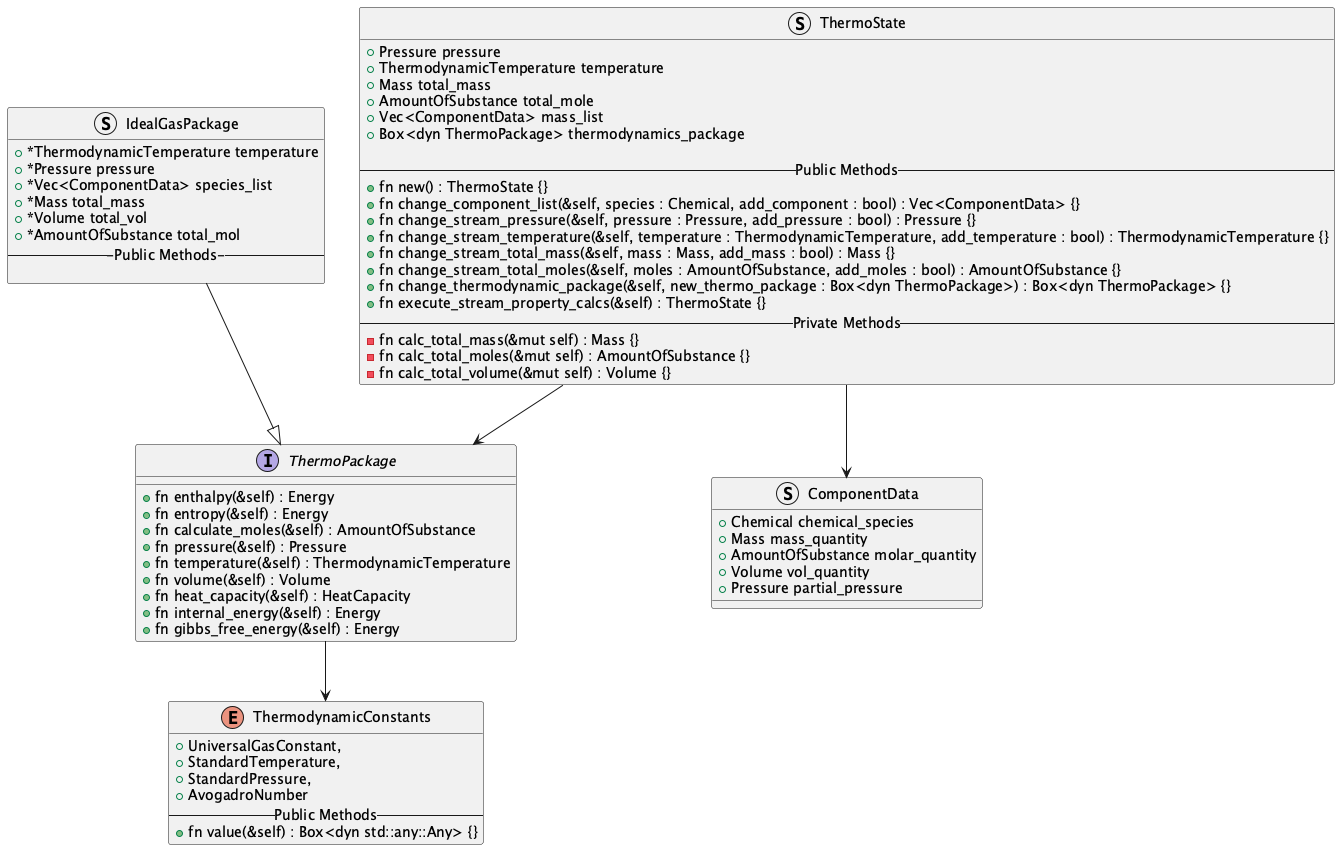
Earlier version of the PlantUML export thermo-module/thermodynamics_module_class_diagram.png (OSCPS-Project/OSCPS-UML).
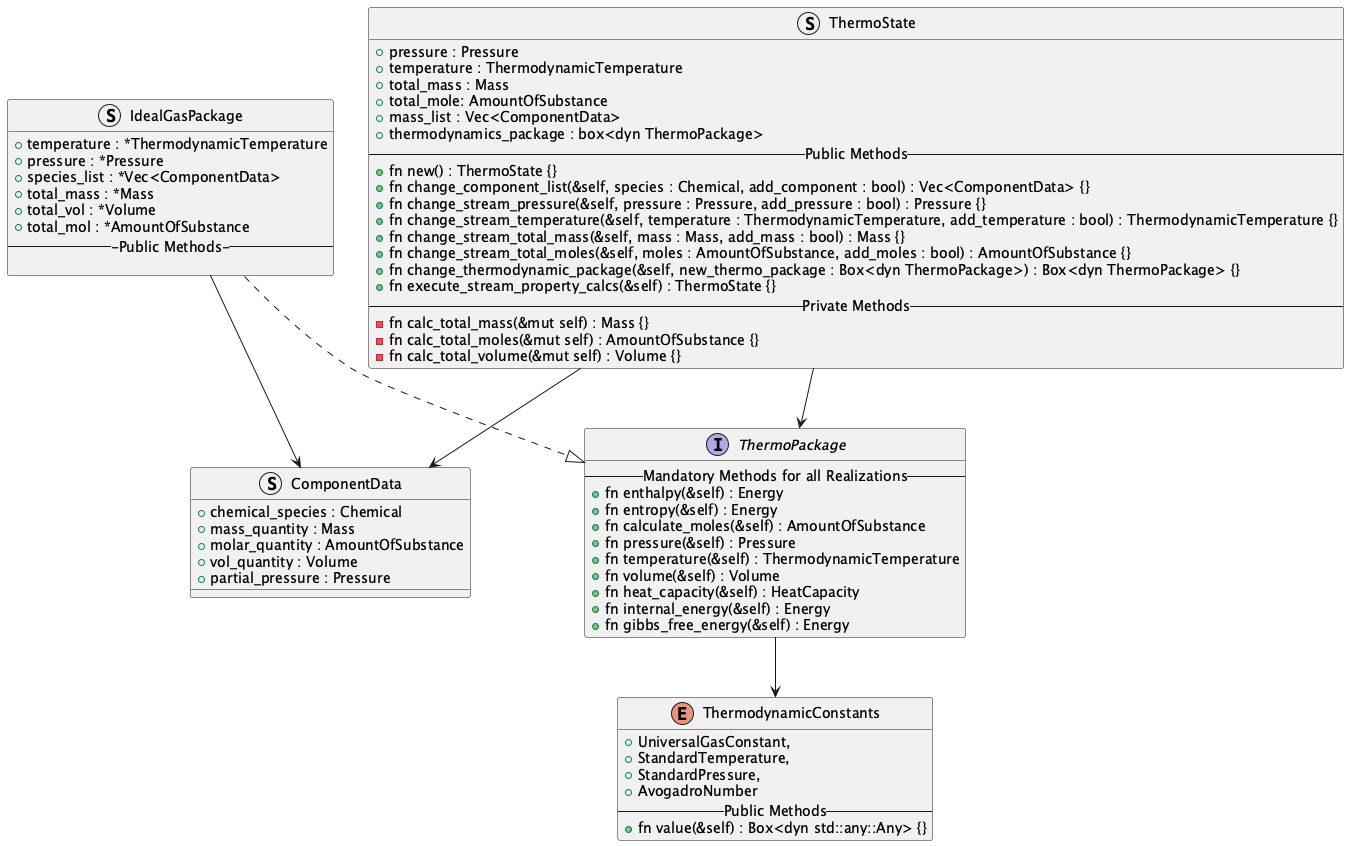
After the change.

Commit message:
updating the thermo-module class diagrams

What changed in the source:
```diff
@@ -13,13 +13,12 @@
 
 
 Struct ThermoState {
-  + Pressure pressure
-  + ThermodynamicTemperature temperature
-  + Mass total_mass
-  + AmountOfSubstance total_mole
-  + Vec<ComponentData> mass_list
-  + Box<dyn ThermoPackage> thermodynamics_package
-
+  + pressure : Pressure
+  + temperature : ThermodynamicTemperature
+  + total_mass : Mass
+  + total_mole: AmountOfSubstance
+  + mass_list : Vec<ComponentData>
+  + thermodynamics_package : box<dyn ThermoPackage>
   --Public Methods--
   + fn new() : ThermoState {}
   + fn change_component_list(&self, species : Chemical, add_component : bool) : Vec<ComponentData> {}
@@ -36,14 +35,15 @@
 }
 
 Struct ComponentData {
-  + Chemical chemical_species
-  + Mass mass_quantity
-  + AmountOfSubstance molar_quantity
-  + Volume vol_quantity
-  + Pressure partial_pressure
+  + chemical_species : Chemical
+  + mass_quantity : Mass
+  + molar_quantity : AmountOfSubstance
+  + vol_quantity : Volume
+  + partial_pressure : Pressure
 }
 
 Interface ThermoPackage {
+    --Mandatory Methods for all Realizations--
     + fn enthalpy(&self) : Energy
     + fn entropy(&self) : Energy
     + fn calculate_moles(&self) : AmountOfSubstance
@@ -58,6 +58,8 @@
 ThermoState --> ThermoPackage
 ThermoState --> ComponentData
 ThermoPackage --> ThermodynamicConstants
-IdealGasPackage --|> ThermoPackage
+
+IdealGasPackage ..|> ThermoPackage
+IdealGasPackage --> ComponentData
 
 @enduml
```
